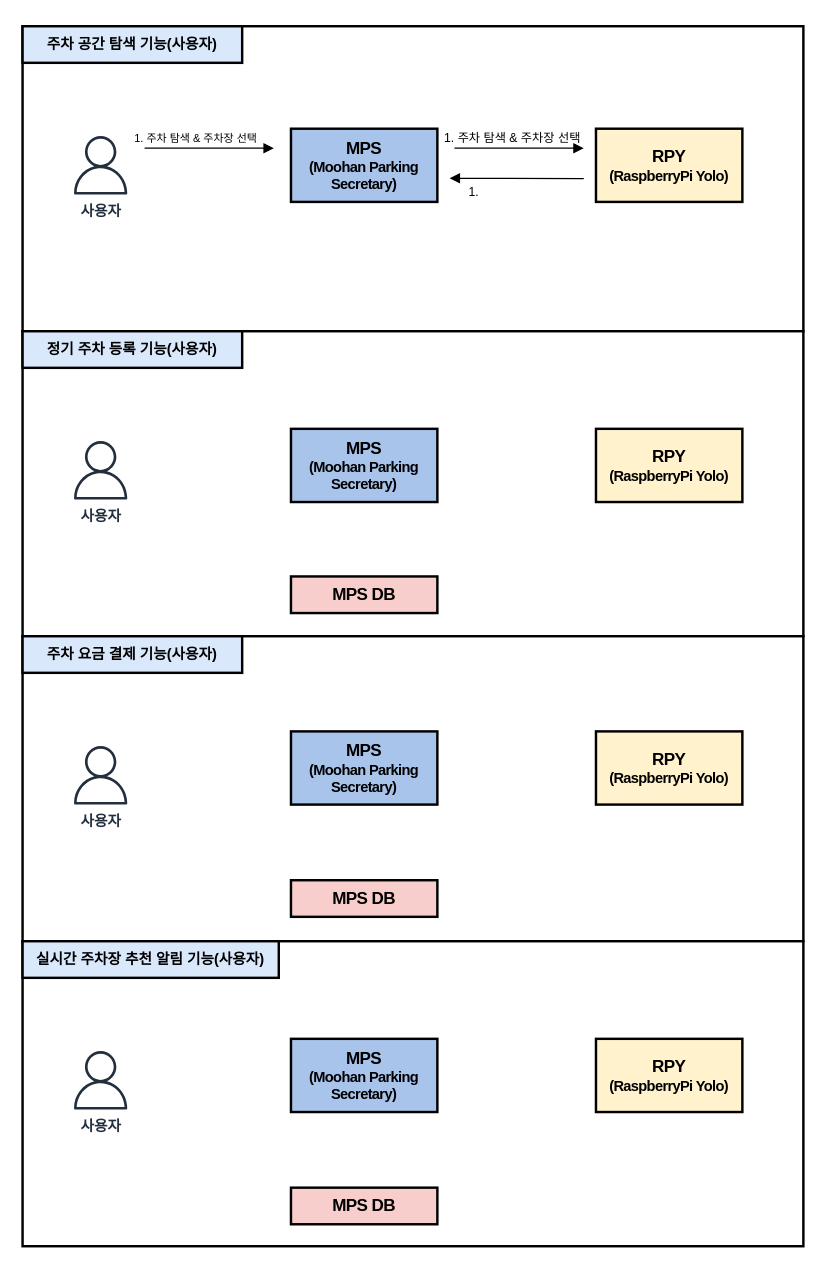
hyun10144/Lecture3-1 keeps this draw.io diagram as page "유스케이스-1" (2 of 2) of 제목 없는 다이어그램.drawio. Above is the earlier version. Source tidied: cells renumbered, new cells numbered last; positions are measured from the earlier drawing's top-left corner, leaving out a move shared by most shapes. Both pictures are drawn from the tidied source at 122%, with x=0, y=0 at pixel (22, 26).
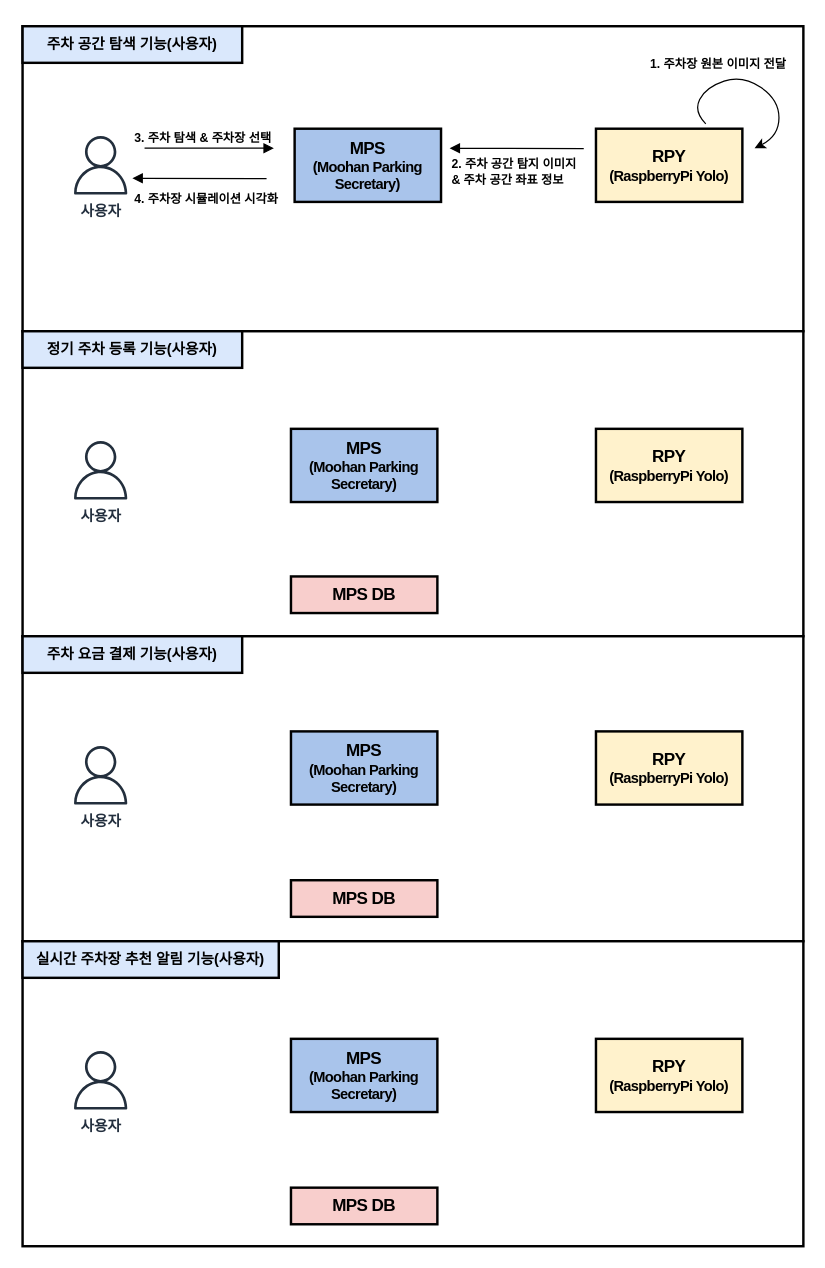
The same page after the edit.

Commit message:
제목 없는 다이어그램.drawio 업데이트

The edit, as a diff of the source:
```diff
@@
     <mxCell id="14" value="&lt;p style=&quot;mso-pagination:none;text-autospace:none;mso-padding-alt:0pt 0pt 0pt 0pt;&quot; class=&quot;0&quot;&gt;&lt;b&gt;&lt;span style=&quot;font-family: &amp;quot;맑은 고딕&amp;quot;; letter-spacing: -0.4pt;&quot; lang=&quot;EN-US&quot;&gt;&lt;span style=&quot;font-size: 14px;&quot;&gt;MPS&lt;/span&gt;&lt;span style=&quot;font-size: 14px;&quot;&gt;&lt;br&gt;&lt;/span&gt;&lt;/span&gt;&lt;span style=&quot;font-family: &amp;quot;맑은 고딕&amp;quot;; letter-spacing: -0.4pt; background-color: initial;&quot;&gt;(Moohan Parking Secretary)&lt;/span&gt;&lt;/b&gt;&lt;/p&gt;&lt;div class=&quot;hwp_editor_board_content&quot; id=&quot;hwpEditorBoardContent&quot;&gt;&lt;/div&gt;" style="rounded=0;whiteSpace=wrap;html=1;strokeWidth=2;fillColor=#A9C4EB;strokeColor=#000000;" parent="1" vertex="1">
-      <mxGeometry x="220" y="84" width="120" height="60" as="geometry" />
+      <mxGeometry x="223" y="84" width="120" height="60" as="geometry" />
     </mxCell>
@@
-    <mxCell id="22" value="&lt;font style=&quot;font-size: 9px;&quot;&gt;1. 주차 탐색 &amp;amp; 주차장 선택&lt;/font&gt;" style="html=1;verticalAlign=bottom;labelBackgroundColor=none;endArrow=block;endFill=1;endSize=6;align=left;rounded=0;" parent="1" edge="1">
+    <mxCell id="22" value="&lt;font style=&quot;font-size: 10px;&quot;&gt;&lt;b&gt;3. 주차 탐색 &amp;amp; 주차장 선택&lt;/b&gt;&lt;/font&gt;" style="html=1;verticalAlign=bottom;labelBackgroundColor=none;endArrow=block;endFill=1;endSize=6;align=left;rounded=0;" parent="1" edge="1">
       <mxGeometry x="-1" y="-10" relative="1" as="geometry">
         <mxPoint x="100" y="100" as="sourcePoint" />
         <mxPoint x="206" y="100" as="targetPoint" />
         <mxPoint x="-10" y="-10" as="offset" />
       </mxGeometry>
     </mxCell>
-    <mxCell id="23" value="&lt;font style=&quot;font-size: 10px;&quot;&gt;1.&amp;nbsp;&lt;/font&gt;" style="html=1;verticalAlign=bottom;labelBackgroundColor=none;endArrow=none;endFill=0;endSize=6;align=left;rounded=0;startArrow=block;startFill=1;" parent="1" edge="1">
-      <mxGeometry x="-0.74" y="-20" relative="1" as="geometry">
-        <mxPoint x="350" y="124.6" as="sourcePoint" />
-        <mxPoint x="460" y="125" as="targetPoint" />
+    <mxCell id="23" value="&lt;font style=&quot;font-size: 10px;&quot;&gt;&lt;b&gt;2. 주차 공간 탐지 이미지&amp;nbsp;&lt;/b&gt;&lt;/font&gt;&lt;div&gt;&lt;font style=&quot;font-size: 10px;&quot;&gt;&lt;b&gt;&amp;amp; 주차 공간 좌표 정보&lt;/b&gt;&lt;/font&gt;&lt;/div&gt;" style="html=1;verticalAlign=bottom;labelBackgroundColor=none;endArrow=none;endFill=0;endSize=6;align=left;rounded=0;startArrow=block;startFill=1;" parent="1" edge="1">
+      <mxGeometry x="-1" y="-35" relative="1" as="geometry">
+        <mxPoint x="350" y="100" as="sourcePoint" />
+        <mxPoint x="460" y="100.4" as="targetPoint" />
       </mxGeometry>
     </mxCell>
-    <mxCell id="24" value="&lt;font style=&quot;font-size: 10px;&quot;&gt;1. 주차 탐색 &amp;amp; 주차장 선택&lt;/font&gt;" style="html=1;verticalAlign=bottom;labelBackgroundColor=none;endArrow=block;endFill=1;endSize=6;align=left;rounded=0;" parent="1" edge="1">
-      <mxGeometry x="-1" y="-10" relative="1" as="geometry">
-        <mxPoint x="354" y="100" as="sourcePoint" />
-        <mxPoint x="460" y="100" as="targetPoint" />
-        <mxPoint x="-10" y="-10" as="offset" />
-      </mxGeometry>
-    </mxCell>
@@
+    <mxCell id="28" value="&lt;span style=&quot;font-size: 10px;&quot;&gt;&lt;b&gt;4. 주차장 시뮬레이션 시각화&lt;/b&gt;&lt;/span&gt;" style="html=1;verticalAlign=bottom;labelBackgroundColor=none;endArrow=none;endFill=0;endSize=6;align=left;rounded=0;startArrow=block;startFill=1;" parent="1" edge="1">
+      <mxGeometry x="-1" y="-25" relative="1" as="geometry">
+        <mxPoint x="90" y="124.6" as="sourcePoint" />
+        <mxPoint x="200" y="125" as="targetPoint" />
+      </mxGeometry>
+    </mxCell>
+    <mxCell id="29" style="curved=1;endArrow=classic;html=1;rounded=0;" parent="1" edge="1">
+      <mxGeometry relative="1" as="geometry">
+        <mxPoint x="560" y="80" as="sourcePoint" />
+        <mxPoint x="600" y="100" as="targetPoint" />
+        <Array as="points">
+          <mxPoint x="550" y="70" />
+          <mxPoint x="560" y="50" />
+          <mxPoint x="590" y="40" />
+          <mxPoint x="620" y="60" />
+          <mxPoint x="620" y="90" />
+        </Array>
+      </mxGeometry>
+    </mxCell>
+    <mxCell id="30" value="&lt;b&gt;&lt;font style=&quot;font-size: 10px;&quot;&gt;1. 주차장 원본 이미지 전달&lt;/font&gt;&lt;/b&gt;" style="edgeLabel;html=1;align=center;verticalAlign=middle;" parent="29" vertex="1">
+      <mxGeometry x="0.05" y="3" relative="1" as="geometry">
+        <mxPoint x="-34" y="-15" as="offset" />
+      </mxGeometry>
+    </mxCell>
```
